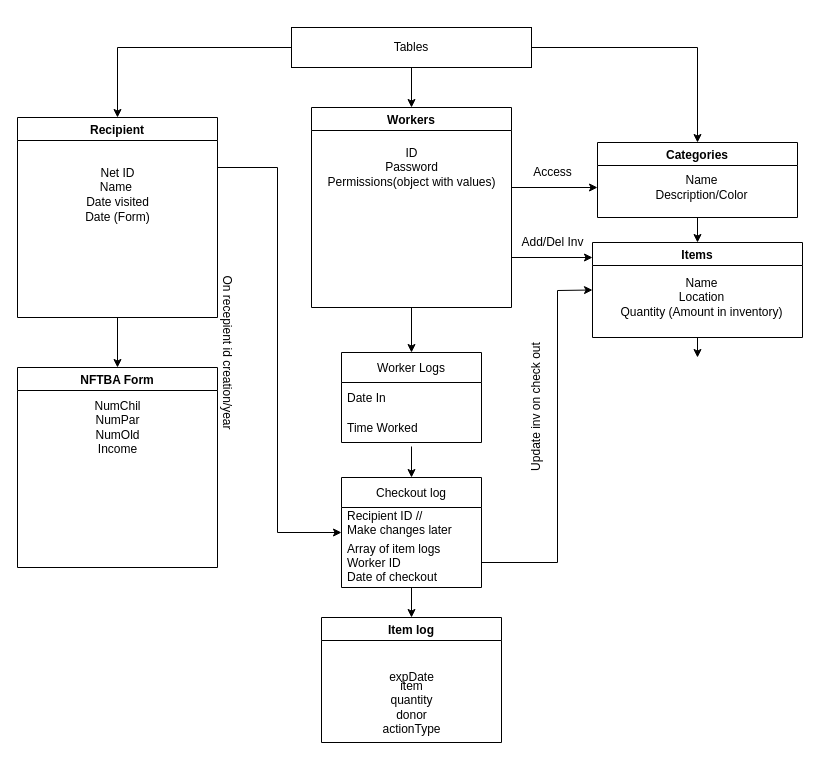
Earlier version of the draw.io diagram Back-End Data.drawio (UTDallasEPICS/Comet-Cupboard). Source tidied: cells renumbered, new cells numbered last; positions are measured from the earlier drawing's top-left corner, leaving out a move shared by most shapes. Both pictures are drawn from the tidied source at 100%, with x=0, y=0 at pixel (17, 27).
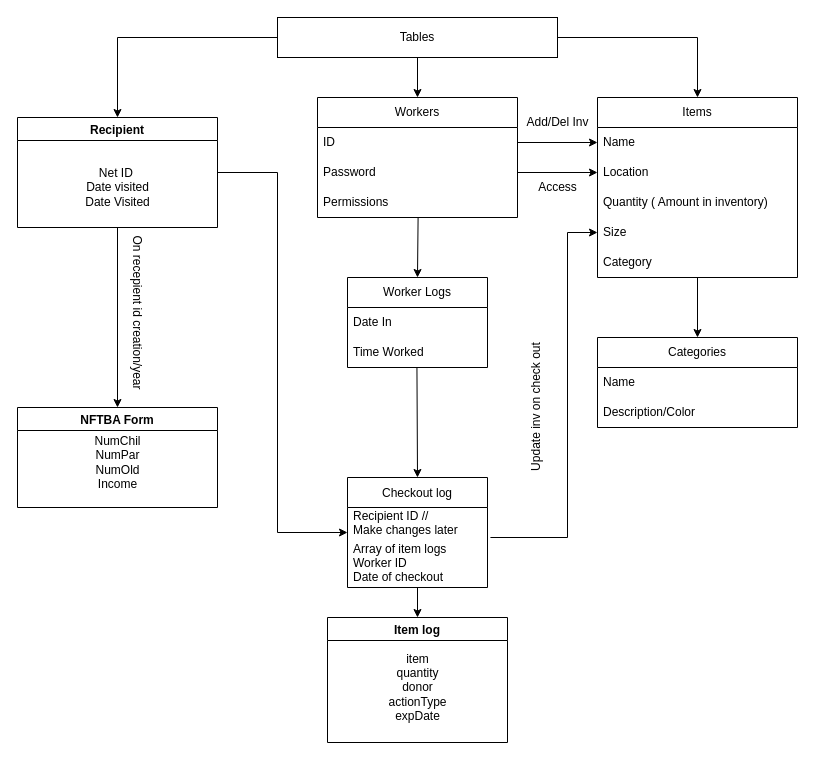
The same page after the edit.

The change refers to these unchanged cells:
```xml
<mxCell id="26" value="Array of item logs&#10;Worker ID &#10;Date of checkout" style="text;strokeColor=none;fillColor=none;align=left;verticalAlign=middle;spacingLeft=4;spacingRight=4;overflow=hidden;points=[[0,0.5],[1,0.5]];portConstraint=eastwest;" parent="24" vertex="1">
  <mxGeometry y="60" width="140" height="50" as="geometry" />
</mxCell>
```

Change to the diagram source:
```diff
@@
     <mxCell id="2" value="Recipient" style="swimlane;startSize=23;" parent="1" vertex="1">
-      <mxGeometry y="90" width="200" height="200" as="geometry" />
+      <mxGeometry y="90" width="200" height="110" as="geometry" />
     </mxCell>
-    <mxCell id="3" value="Net ID&lt;br&gt;Name&amp;nbsp;&lt;br&gt;Date visited" style="text;html=1;align=center;verticalAlign=middle;strokeColor=none;fillColor=none;" parent="2" vertex="1">
+    <mxCell id="3" value="Net ID&amp;nbsp;&lt;br&gt;Date visited&lt;br&gt;Date Visited" style="text;html=1;align=center;verticalAlign=middle;strokeColor=none;fillColor=none;" parent="2" vertex="1">
       <mxGeometry x="55" y="40" width="90" height="60" as="geometry" />
     </mxCell>
-    <mxCell id="4" value="Date (Form)" style="text;html=1;align=center;verticalAlign=middle;strokeColor=none;fillColor=none;" parent="2" vertex="1">
-      <mxGeometry x="55" y="85" width="90" height="30" as="geometry" />
-    </mxCell>
-    <mxCell id="5" value="Categories" style="swimlane;" parent="1" vertex="1">
-      <mxGeometry x="580" y="115" width="200" height="75" as="geometry" />
-    </mxCell>
-    <mxCell id="6" value="Name&lt;br&gt;Description/Color" style="text;html=1;align=center;verticalAlign=middle;strokeColor=none;fillColor=none;" parent="5" vertex="1">
-      <mxGeometry x="44" y="25" width="120" height="40" as="geometry" />
-    </mxCell>
-    <mxCell id="7" style="edgeStyle=orthogonalEdgeStyle;rounded=0;jettySize=auto;html=1;entryX=0.5;entryY=0;entryDx=0;entryDy=0;" parent="1" edge="1" source="10" target="2">
-      <mxGeometry relative="1" as="geometry">
-        <Array as="points">
-          <mxPoint x="100" y="20" />
-        </Array>
-      </mxGeometry>
-    </mxCell>
-    <mxCell id="8" style="edgeStyle=orthogonalEdgeStyle;rounded=0;jettySize=auto;html=1;entryX=0.5;entryY=0;entryDx=0;entryDy=0;" parent="1" edge="1" source="10" target="5">
-      <mxGeometry relative="1" as="geometry">
-        <Array as="points">
-          <mxPoint x="680" y="20" />
-        </Array>
-      </mxGeometry>
-    </mxCell>
-    <mxCell id="9" style="edgeStyle=orthogonalEdgeStyle;rounded=0;jettySize=auto;html=1;" parent="1" edge="1" source="10" target="15">
-      <mxGeometry relative="1" as="geometry" />
-    </mxCell>
     <mxCell id="10" value="Tables" style="rounded=0;whiteSpace=wrap;html=1;" parent="1" vertex="1">
-      <mxGeometry x="274" width="240" height="40" as="geometry" />
+      <mxGeometry x="260" y="-10" width="280" height="40" as="geometry" />
     </mxCell>
     <mxCell id="11" value="NFTBA Form" style="swimlane;" parent="1" vertex="1">
-      <mxGeometry y="340" width="200" height="200" as="geometry" />
+      <mxGeometry y="380" width="200" height="100" as="geometry" />
     </mxCell>
-    <mxCell id="12" value="NumChil&lt;br&gt;NumPar&lt;br&gt;NumOld&lt;br&gt;Income" style="text;html=1;align=center;verticalAlign=middle;strokeColor=none;fillColor=none;" parent="1" vertex="1">
-      <mxGeometry x="65" y="365" width="70" height="70" as="geometry" />
+    <mxCell id="12" value="NumChil&lt;br&gt;NumPar&lt;br&gt;NumOld&lt;br&gt;Income" style="text;html=1;align=center;verticalAlign=middle;strokeColor=none;fillColor=none;" parent="11" vertex="1">
+      <mxGeometry x="65" y="20" width="70" height="70" as="geometry" />
     </mxCell>
     <mxCell id="13" value="On recepient id creation/year" style="text;html=1;align=center;verticalAlign=middle;strokeColor=none;fillColor=none;rotation=90;" parent="1" vertex="1">
-      <mxGeometry x="120" y="310" width="180" height="30" as="geometry" />
+      <mxGeometry x="30" y="270" width="180" height="30" as="geometry" />
     </mxCell>
-    <mxCell id="14" style="edgeStyle=orthogonalEdgeStyle;rounded=0;jettySize=auto;html=1;" parent="1" edge="1" source="15">
-      <mxGeometry relative="1" as="geometry">
-        <mxPoint x="580" y="160" as="targetPoint" />
-        <Array as="points">
-          <mxPoint x="580" y="160" />
-        </Array>
-      </mxGeometry>
-    </mxCell>
-    <mxCell id="15" value="Workers" style="swimlane;" parent="1" vertex="1">
-      <mxGeometry x="294" y="80" width="200" height="200" as="geometry" />
-    </mxCell>
-    <mxCell id="16" value="ID&lt;br&gt;Password&lt;br&gt;Permissions(object with values)" style="text;html=1;align=center;verticalAlign=middle;strokeColor=none;fillColor=none;" parent="15" vertex="1">
-      <mxGeometry x="5" y="30" width="190" height="60" as="geometry" />
-    </mxCell>
-    <mxCell id="17" value="Items" style="swimlane;" parent="1" vertex="1">
-      <mxGeometry x="575" y="215" width="210" height="95" as="geometry" />
-    </mxCell>
-    <mxCell id="18" value="Name&lt;br&gt;Location&lt;br&gt;Quantity (Amount in inventory)&lt;br&gt;" style="text;html=1;align=center;verticalAlign=middle;strokeColor=none;fillColor=none;" parent="17" vertex="1">
-      <mxGeometry x="14" y="25" width="190" height="60" as="geometry" />
-    </mxCell>
     <mxCell id="19" value="Item log" style="swimlane;" parent="1" vertex="1">
-      <mxGeometry x="304" y="590" width="180" height="125" as="geometry" />
+      <mxGeometry x="310" y="590" width="180" height="125" as="geometry" />
     </mxCell>
-    <mxCell id="20" value="expDate" style="text;html=1;align=center;verticalAlign=middle;strokeColor=none;fillColor=none;" parent="19" vertex="1">
-      <mxGeometry x="55" y="45" width="70" height="30" as="geometry" />
-    </mxCell>
@@
-    <mxCell id="22" value="item&lt;br&gt;quantity&lt;br&gt;donor&lt;br&gt;actionType" style="text;html=1;align=center;verticalAlign=middle;strokeColor=none;fillColor=none;" parent="19" vertex="1">
-      <mxGeometry x="50" y="55" width="80" height="70" as="geometry" />
+    <mxCell id="22" value="item&lt;br&gt;quantity&lt;br&gt;donor&lt;br&gt;actionType&lt;br&gt;expDate" style="text;html=1;align=center;verticalAlign=middle;strokeColor=none;fillColor=none;" parent="19" vertex="1">
+      <mxGeometry x="50" y="25" width="80" height="90" as="geometry" />
     </mxCell>
     <mxCell id="23" value="Access" style="text;html=1;align=center;verticalAlign=middle;strokeColor=none;fillColor=none;" parent="1" vertex="1">
-      <mxGeometry x="505" y="130" width="60" height="30" as="geometry" />
+      <mxGeometry x="510" y="145" width="60" height="30" as="geometry" />
     </mxCell>
     <mxCell id="24" value="Checkout log" style="swimlane;fontStyle=0;horizontal=1;startSize=30;" parent="1" vertex="1">
-      <mxGeometry x="324" y="450" width="140" height="110" as="geometry" />
+      <mxGeometry x="330" y="450" width="140" height="110" as="geometry" />
     </mxCell>
@@
-    <mxCell id="27" style="endArrow=classic;html=1;rounded=0;exitX=1;exitY=0.5;exitDx=0;exitDy=0;entryX=0;entryY=0.5;entryDx=0;entryDy=0;" parent="1" edge="1" source="26" target="17">
-      <mxGeometry relative="1" as="geometry">
-        <Array as="points">
-          <mxPoint x="540" y="535" />
-          <mxPoint x="540" y="263" />
-        </Array>
-      </mxGeometry>
-    </mxCell>
-    <mxCell id="28" style="endArrow=classic;html=1;rounded=0;entryX=0;entryY=0.158;entryDx=0;entryDy=0;exitX=1;exitY=0.75;exitDx=0;exitDy=0;entryPerimeter=0;" parent="1" edge="1" source="15" target="17">
-      <mxGeometry relative="1" as="geometry" />
-    </mxCell>
+    <mxCell id="30" value="Update inv on check out" style="text;html=1;align=center;verticalAlign=middle;strokeColor=none;fillColor=none;rotation=-90;" parent="1" vertex="1">
+      <mxGeometry x="444" y="365" width="150" height="30" as="geometry" />
+    </mxCell>
+    <mxCell id="34" style="endArrow=classic;html=1;rounded=0;exitX=0.5;exitY=1;exitDx=0;exitDy=0;entryX=0.5;entryY=0;entryDx=0;entryDy=0;" parent="1" edge="1" source="2" target="11">
+      <mxGeometry relative="1" as="geometry" />
+    </mxCell>
+    <mxCell id="35" style="endArrow=classic;html=1;rounded=0;entryX=0.5;entryY=0;entryDx=0;entryDy=0;exitX=0.503;exitY=1;exitDx=0;exitDy=0;exitPerimeter=0;" parent="1" edge="1" source="49" target="31">
+      <mxGeometry relative="1" as="geometry" />
+    </mxCell>
+    <mxCell id="37" style="endArrow=classic;html=1;rounded=0;exitX=1;exitY=0.5;exitDx=0;exitDy=0;entryX=0;entryY=0.5;entryDx=0;entryDy=0;" parent="1" edge="1" source="2" target="24">
+      <mxGeometry relative="1" as="geometry">
+        <Array as="points">
+          <mxPoint x="260" y="145" />
+          <mxPoint x="260" y="505" />
+        </Array>
+      </mxGeometry>
+    </mxCell>
+    <mxCell id="40" style="endArrow=classic;html=1;rounded=0;exitX=0.5;exitY=1;exitDx=0;exitDy=0;exitPerimeter=0;" parent="1" edge="1" source="26">
+      <mxGeometry relative="1" as="geometry">
+        <mxPoint x="400" y="590" as="targetPoint" />
+      </mxGeometry>
+    </mxCell>
     <mxCell id="29" value="Add/Del Inv" style="text;html=1;align=center;verticalAlign=middle;strokeColor=none;fillColor=none;" parent="1" vertex="1">
-      <mxGeometry x="490" y="200" width="90" height="30" as="geometry" />
+      <mxGeometry x="495" y="80" width="90" height="30" as="geometry" />
     </mxCell>
-    <mxCell id="30" value="Update inv on check out" style="text;html=1;align=center;verticalAlign=middle;strokeColor=none;fillColor=none;rotation=-90;" parent="1" vertex="1">
-      <mxGeometry x="444" y="365" width="150" height="30" as="geometry" />
-    </mxCell>
+    <mxCell id="17" value="Items" style="swimlane;fontStyle=0;horizontal=1;startSize=30;whiteSpace=wrap;html=1;" parent="1" vertex="1">
+      <mxGeometry x="580" y="70" width="200" height="180" as="geometry" />
+    </mxCell>
+    <mxCell id="41" value="Name" style="text;strokeColor=none;fillColor=none;align=left;verticalAlign=middle;spacingLeft=4;spacingRight=4;overflow=hidden;points=[[0,0.5],[1,0.5]];portConstraint=eastwest;whiteSpace=wrap;html=1;" parent="17" vertex="1">
+      <mxGeometry y="30" width="200" height="30" as="geometry" />
+    </mxCell>
+    <mxCell id="42" value="Location" style="text;strokeColor=none;fillColor=none;align=left;verticalAlign=middle;spacingLeft=4;spacingRight=4;overflow=hidden;points=[[0,0.5],[1,0.5]];portConstraint=eastwest;whiteSpace=wrap;html=1;" parent="17" vertex="1">
+      <mxGeometry y="60" width="200" height="30" as="geometry" />
+    </mxCell>
+    <mxCell id="43" value="Quantity ( Amount in inventory)" style="text;strokeColor=none;fillColor=none;align=left;verticalAlign=middle;spacingLeft=4;spacingRight=4;overflow=hidden;whiteSpace=wrap;html=1;" parent="17" vertex="1">
+      <mxGeometry y="90" width="200" height="30" as="geometry" />
+    </mxCell>
+    <mxCell id="44" value="Size" style="text;strokeColor=none;fillColor=none;align=left;verticalAlign=middle;spacingLeft=4;spacingRight=4;overflow=hidden;points=[[0,0.5],[1,0.5]];portConstraint=eastwest;whiteSpace=wrap;html=1;" parent="17" vertex="1">
+      <mxGeometry y="120" width="200" height="30" as="geometry" />
+    </mxCell>
+    <mxCell id="45" value="Category" style="text;strokeColor=none;fillColor=none;align=left;verticalAlign=middle;spacingLeft=4;spacingRight=4;overflow=hidden;whiteSpace=wrap;html=1;" parent="17" vertex="1">
+      <mxGeometry y="150" width="200" height="30" as="geometry" />
+    </mxCell>
+    <mxCell id="46" style="endArrow=classic;html=1;rounded=0;exitX=1;exitY=0.5;exitDx=0;exitDy=0;entryX=0.5;entryY=0;entryDx=0;entryDy=0;" parent="1" edge="1" source="10" target="17">
+      <mxGeometry relative="1" as="geometry">
+        <Array as="points">
+          <mxPoint x="680" y="10" />
+        </Array>
+      </mxGeometry>
+    </mxCell>
+    <mxCell id="15" value="Workers" style="swimlane;fontStyle=0;horizontal=1;startSize=30;whiteSpace=wrap;html=1;" parent="1" vertex="1">
+      <mxGeometry x="300" y="70" width="200" height="120" as="geometry" />
+    </mxCell>
+    <mxCell id="47" value="ID" style="text;strokeColor=none;fillColor=none;align=left;verticalAlign=middle;spacingLeft=4;spacingRight=4;overflow=hidden;points=[[0,0.5],[1,0.5]];portConstraint=eastwest;whiteSpace=wrap;html=1;" parent="15" vertex="1">
+      <mxGeometry y="30" width="200" height="30" as="geometry" />
+    </mxCell>
+    <mxCell id="48" value="Password" style="text;strokeColor=none;fillColor=none;align=left;verticalAlign=middle;spacingLeft=4;spacingRight=4;overflow=hidden;points=[[0,0.5],[1,0.5]];portConstraint=eastwest;whiteSpace=wrap;html=1;" parent="15" vertex="1">
+      <mxGeometry y="60" width="200" height="30" as="geometry" />
+    </mxCell>
+    <mxCell id="49" value="Permissions" style="text;strokeColor=none;fillColor=none;align=left;verticalAlign=middle;spacingLeft=4;spacingRight=4;overflow=hidden;points=[[0,0.5],[1,0.5]];portConstraint=eastwest;whiteSpace=wrap;html=1;" parent="15" vertex="1">
+      <mxGeometry y="90" width="200" height="30" as="geometry" />
+    </mxCell>
+    <mxCell id="9" style="endArrow=classic;html=1;rounded=0;exitX=0.5;exitY=1;exitDx=0;exitDy=0;entryX=0.5;entryY=0;entryDx=0;entryDy=0;" parent="1" edge="1" source="10" target="15">
+      <mxGeometry relative="1" as="geometry" />
+    </mxCell>
+    <mxCell id="5" value="Categories" style="swimlane;fontStyle=0;horizontal=1;startSize=30;whiteSpace=wrap;html=1;" parent="1" vertex="1">
+      <mxGeometry x="580" y="310" width="200" height="90" as="geometry" />
+    </mxCell>
+    <mxCell id="50" value="Name" style="text;strokeColor=none;fillColor=none;align=left;verticalAlign=middle;spacingLeft=4;spacingRight=4;overflow=hidden;whiteSpace=wrap;html=1;" parent="5" vertex="1">
+      <mxGeometry y="30" width="200" height="30" as="geometry" />
+    </mxCell>
+    <mxCell id="51" value="Description/Color" style="text;strokeColor=none;fillColor=none;align=left;verticalAlign=middle;spacingLeft=4;spacingRight=4;overflow=hidden;whiteSpace=wrap;html=1;" parent="5" vertex="1">
+      <mxGeometry y="60" width="200" height="30" as="geometry" />
+    </mxCell>
+    <mxCell id="52" style="endArrow=classic;html=1;rounded=0;entryX=0.5;entryY=0;entryDx=0;entryDy=0;" parent="1" edge="1" target="5">
+      <mxGeometry relative="1" as="geometry">
+        <mxPoint x="680" y="250" as="sourcePoint" />
+      </mxGeometry>
+    </mxCell>
-    <mxCell id="31" value="Worker Logs" style="swimlane;fontStyle=0;horizontal=1;startSize=30;" parent="1" vertex="1">
-      <mxGeometry x="324" y="325" width="140" height="90" as="geometry" />
+    <mxCell id="31" value="Worker Logs" style="swimlane;fontStyle=0;horizontal=1;startSize=30;whiteSpace=wrap;html=1;" parent="1" vertex="1">
+      <mxGeometry x="330" y="250" width="140" height="90" as="geometry" />
     </mxCell>
-    <mxCell id="32" value="Date In" style="text;strokeColor=none;fillColor=none;align=left;verticalAlign=middle;spacingLeft=4;spacingRight=4;overflow=hidden;" parent="31" vertex="1">
+    <mxCell id="32" value="Date In" style="text;strokeColor=none;fillColor=none;align=left;verticalAlign=middle;spacingLeft=4;spacingRight=4;overflow=hidden;whiteSpace=wrap;html=1;" parent="31" vertex="1">
       <mxGeometry y="30" width="140" height="30" as="geometry" />
     </mxCell>
-    <mxCell id="33" value="Time Worked" style="text;strokeColor=none;fillColor=none;align=left;verticalAlign=middle;spacingLeft=4;spacingRight=4;overflow=hidden;points=[[0,0.5],[1,0.5]];portConstraint=eastwest;" parent="31" vertex="1">
+    <mxCell id="33" value="Time Worked" style="text;strokeColor=none;fillColor=none;align=left;verticalAlign=middle;spacingLeft=4;spacingRight=4;overflow=hidden;points=[[0,0.5],[1,0.5]];portConstraint=eastwest;whiteSpace=wrap;html=1;" parent="31" vertex="1">
       <mxGeometry y="60" width="140" height="30" as="geometry" />
     </mxCell>
-    <mxCell id="34" style="endArrow=classic;html=1;rounded=0;exitX=0.5;exitY=1;exitDx=0;exitDy=0;entryX=0.5;entryY=0;entryDx=0;entryDy=0;" parent="1" edge="1" source="2" target="11">
-      <mxGeometry relative="1" as="geometry" />
-    </mxCell>
-    <mxCell id="35" style="endArrow=classic;html=1;rounded=0;exitX=0.5;exitY=1;exitDx=0;exitDy=0;entryX=0.5;entryY=0;entryDx=0;entryDy=0;" parent="1" edge="1" source="15" target="31">
-      <mxGeometry relative="1" as="geometry" />
-    </mxCell>
-    <mxCell id="36" style="endArrow=classic;html=1;rounded=0;exitX=0.5;exitY=1;exitDx=0;exitDy=0;entryX=0.5;entryY=0;entryDx=0;entryDy=0;" parent="1" edge="1" source="5" target="17">
-      <mxGeometry relative="1" as="geometry" />
-    </mxCell>
-    <mxCell id="37" style="endArrow=classic;html=1;rounded=0;exitX=1;exitY=0.25;exitDx=0;exitDy=0;entryX=0;entryY=0.5;entryDx=0;entryDy=0;" parent="1" edge="1" source="2" target="24">
-      <mxGeometry relative="1" as="geometry">
-        <Array as="points">
-          <mxPoint x="260" y="140" />
-          <mxPoint x="260" y="505" />
-        </Array>
-      </mxGeometry>
-    </mxCell>
-    <mxCell id="38" style="endArrow=classic;html=1;rounded=0;entryX=0.5;entryY=0;entryDx=0;entryDy=0;exitX=0.5;exitY=1.133;exitDx=0;exitDy=0;exitPerimeter=0;" parent="1" edge="1" source="33" target="24">
+    <mxCell id="38" style="endArrow=classic;html=1;rounded=0;entryX=0.5;entryY=0;entryDx=0;entryDy=0;exitX=0.496;exitY=1;exitDx=0;exitDy=0;exitPerimeter=0;" parent="1" edge="1" source="33" target="24">
       <mxGeometry relative="1" as="geometry" />
     </mxCell>
-    <mxCell id="39" style="endArrow=classic;html=1;rounded=0;exitX=0.5;exitY=1;exitDx=0;exitDy=0;entryX=0.5;entryY=0;entryDx=0;entryDy=0;" parent="1" edge="1" source="17">
-      <mxGeometry relative="1" as="geometry">
-        <mxPoint x="680" y="330" as="targetPoint" />
-      </mxGeometry>
-    </mxCell>
-    <mxCell id="40" style="endArrow=classic;html=1;rounded=0;entryX=0.5;entryY=0;entryDx=0;entryDy=0;exitX=0.5;exitY=1;exitDx=0;exitDy=0;exitPerimeter=0;" parent="1" edge="1" source="26" target="19">
-      <mxGeometry relative="1" as="geometry" />
-    </mxCell>
+    <mxCell id="53" style="endArrow=classic;html=1;rounded=0;exitX=1.021;exitY=0;exitDx=0;exitDy=0;entryX=0;entryY=0.5;entryDx=0;entryDy=0;exitPerimeter=0;" parent="1" edge="1" source="26" target="44">
+      <mxGeometry relative="1" as="geometry">
+        <Array as="points">
+          <mxPoint x="550" y="510" />
+          <mxPoint x="550" y="205" />
+        </Array>
+      </mxGeometry>
+    </mxCell>
+    <mxCell id="7" style="endArrow=classic;html=1;rounded=0;exitX=0;exitY=0.5;exitDx=0;exitDy=0;entryX=0.5;entryY=0;entryDx=0;entryDy=0;" parent="1" edge="1" source="10" target="2">
+      <mxGeometry relative="1" as="geometry">
+        <Array as="points">
+          <mxPoint x="100" y="10" />
+        </Array>
+      </mxGeometry>
+    </mxCell>
+    <mxCell id="54" style="endArrow=classic;html=1;rounded=0;exitX=1;exitY=0.5;exitDx=0;exitDy=0;entryX=0;entryY=0.5;entryDx=0;entryDy=0;" parent="1" edge="1" source="47" target="41">
+      <mxGeometry relative="1" as="geometry" />
+    </mxCell>
+    <mxCell id="55" style="endArrow=classic;html=1;rounded=0;exitX=1;exitY=0.5;exitDx=0;exitDy=0;entryX=0;entryY=0.5;entryDx=0;entryDy=0;" parent="1" edge="1" source="48" target="42">
+      <mxGeometry relative="1" as="geometry" />
+    </mxCell>
```
